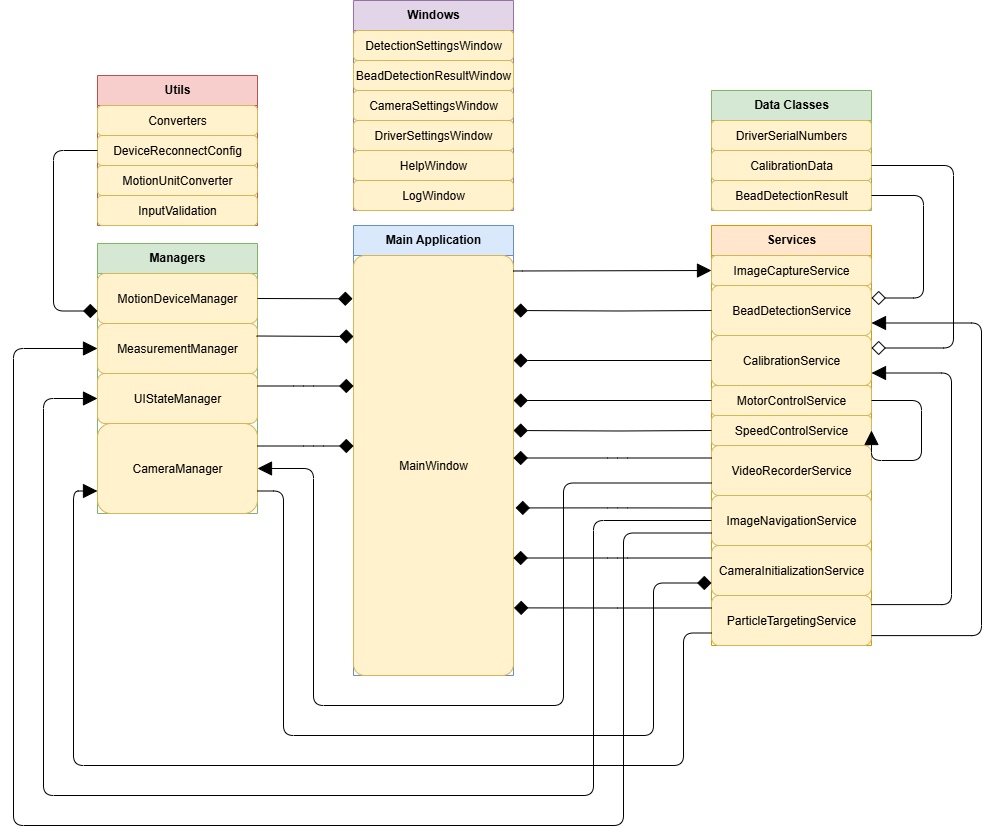
Above: assets/figures/Application_ServoVision/ServoVision_UML_Diagram.drawio.png in Samuel-Rechsteiner/tb (draw.io), before the change. Source tidied: cells renumbered, new cells last; positions are measured from the earlier drawing's top-left corner, leaving out a move shared by most shapes.
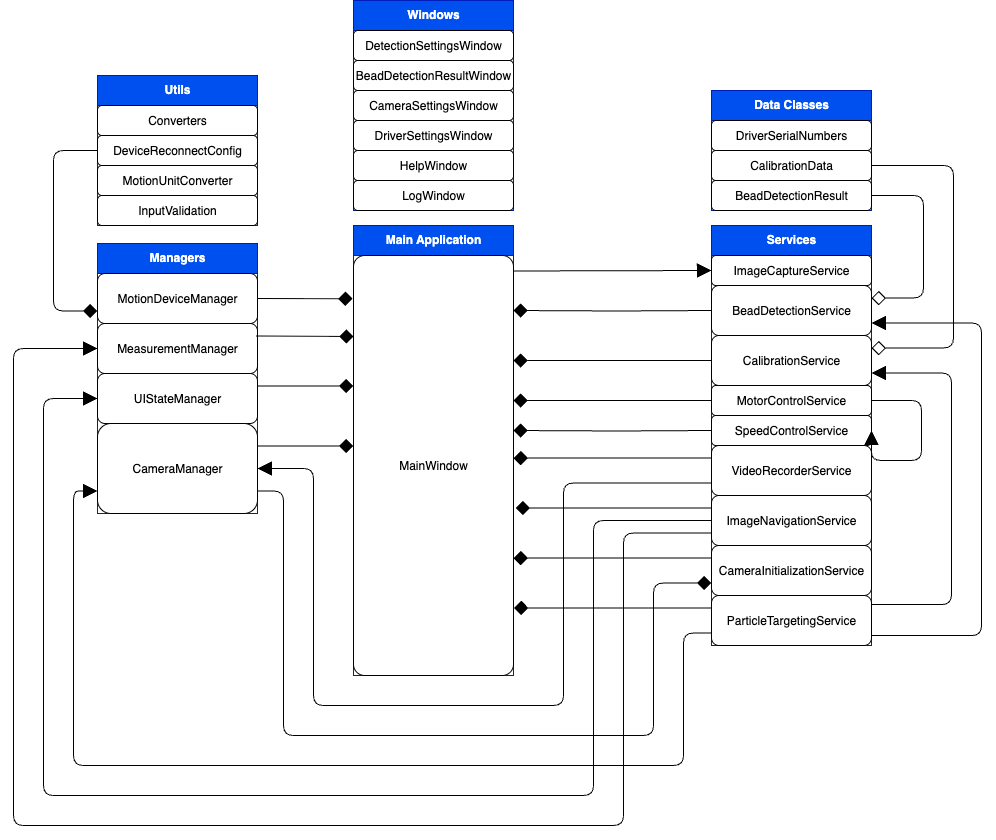
Later version of the same file.

What changed in the source:
```diff
@@ -2,103 +2,103 @@
   <root>
     <mxCell id="0" />
     <mxCell id="1" parent="0" />
-    <mxCell id="2" value="Main Application" style="swimlane;fontStyle=1;align=center;verticalAlign=top;horizontal=1;startSize=30;whiteSpace=wrap;html=1;fillColor=#dae8fc;strokeColor=#6c8ebf;arcSize=10;" parent="1" vertex="1">
+    <mxCell id="2" value="Main Application" style="swimlane;fontStyle=1;align=center;verticalAlign=top;horizontal=1;startSize=30;whiteSpace=wrap;html=1;fillColor=#0050ef;strokeColor=#001DBC;arcSize=10;fontColor=#ffffff;" parent="1" vertex="1">
       <mxGeometry x="340" y="225" width="160" height="450" as="geometry" />
     </mxCell>
-    <mxCell id="3" value="MainWindow" style="rounded=1;whiteSpace=wrap;html=1;fillColor=#fff2cc;strokeColor=#d6b656;arcSize=7;" parent="2" vertex="1">
+    <mxCell id="3" value="MainWindow" style="rounded=1;whiteSpace=wrap;html=1;arcSize=7;" parent="2" vertex="1">
       <mxGeometry y="30" width="160" height="420" as="geometry" />
     </mxCell>
-    <mxCell id="4" value="Managers" style="swimlane;fontStyle=1;align=center;verticalAlign=top;horizontal=1;startSize=30;whiteSpace=wrap;html=1;fillColor=#d5e8d4;strokeColor=#82b366;" parent="1" vertex="1">
+    <mxCell id="4" value="Managers" style="swimlane;fontStyle=1;align=center;verticalAlign=top;horizontal=1;startSize=30;whiteSpace=wrap;html=1;fillColor=#0050ef;strokeColor=#001DBC;fontColor=#ffffff;" parent="1" vertex="1">
       <mxGeometry x="84" y="243" width="160" height="270" as="geometry" />
     </mxCell>
-    <mxCell id="5" value="MotionDeviceManager" style="rounded=1;whiteSpace=wrap;html=1;fillColor=#fff2cc;strokeColor=#d6b656;" parent="4" vertex="1">
+    <mxCell id="5" value="MotionDeviceManager" style="rounded=1;whiteSpace=wrap;html=1;" parent="4" vertex="1">
       <mxGeometry y="30" width="160" height="50" as="geometry" />
     </mxCell>
-    <mxCell id="6" value="MeasurementManager" style="rounded=1;whiteSpace=wrap;html=1;fillColor=#fff2cc;strokeColor=#d6b656;" parent="4" vertex="1">
+    <mxCell id="6" value="MeasurementManager" style="rounded=1;whiteSpace=wrap;html=1;" parent="4" vertex="1">
       <mxGeometry y="80" width="160" height="50" as="geometry" />
     </mxCell>
-    <mxCell id="7" value="UIStateManager" style="rounded=1;whiteSpace=wrap;html=1;fillColor=#fff2cc;strokeColor=#d6b656;" parent="4" vertex="1">
+    <mxCell id="7" value="UIStateManager" style="rounded=1;whiteSpace=wrap;html=1;" parent="4" vertex="1">
       <mxGeometry y="130" width="160" height="50" as="geometry" />
     </mxCell>
-    <mxCell id="8" value="CameraManager" style="rounded=1;whiteSpace=wrap;html=1;fillColor=#fff2cc;strokeColor=#d6b656;" parent="4" vertex="1">
+    <mxCell id="8" value="CameraManager" style="rounded=1;whiteSpace=wrap;html=1;" parent="4" vertex="1">
       <mxGeometry y="180" width="160" height="90" as="geometry" />
     </mxCell>
-    <mxCell id="9" value="Services" style="swimlane;fontStyle=1;align=center;verticalAlign=top;horizontal=1;startSize=30;whiteSpace=wrap;html=1;fillColor=#ffe6cc;strokeColor=#d79b00;" parent="1" vertex="1">
+    <mxCell id="9" value="Services" style="swimlane;fontStyle=1;align=center;verticalAlign=top;horizontal=1;startSize=30;whiteSpace=wrap;html=1;fillColor=#0050ef;strokeColor=#001DBC;fontColor=#ffffff;" parent="1" vertex="1">
       <mxGeometry x="698" y="225" width="160" height="420" as="geometry" />
     </mxCell>
-    <mxCell id="10" value="ImageCaptureService" style="rounded=1;whiteSpace=wrap;html=1;fillColor=#fff2cc;strokeColor=#d6b656;" parent="9" vertex="1">
+    <mxCell id="10" value="ImageCaptureService" style="rounded=1;whiteSpace=wrap;html=1;" parent="9" vertex="1">
       <mxGeometry y="30" width="160" height="30" as="geometry" />
     </mxCell>
-    <mxCell id="11" value="BeadDetectionService" style="rounded=1;whiteSpace=wrap;html=1;fillColor=#fff2cc;strokeColor=#d6b656;" parent="9" vertex="1">
+    <mxCell id="11" value="BeadDetectionService" style="rounded=1;whiteSpace=wrap;html=1;" parent="9" vertex="1">
       <mxGeometry y="60" width="160" height="50" as="geometry" />
     </mxCell>
-    <mxCell id="12" value="CalibrationService" style="rounded=1;whiteSpace=wrap;html=1;fillColor=#fff2cc;strokeColor=#d6b656;" parent="9" vertex="1">
+    <mxCell id="12" value="CalibrationService" style="rounded=1;whiteSpace=wrap;html=1;" parent="9" vertex="1">
       <mxGeometry y="110" width="160" height="50" as="geometry" />
     </mxCell>
-    <mxCell id="13" value="MotorControlService" style="rounded=1;whiteSpace=wrap;html=1;fillColor=#fff2cc;strokeColor=#d6b656;" parent="9" vertex="1">
+    <mxCell id="13" value="MotorControlService" style="rounded=1;whiteSpace=wrap;html=1;" parent="9" vertex="1">
       <mxGeometry y="160" width="160" height="30" as="geometry" />
     </mxCell>
-    <mxCell id="14" value="SpeedControlService" style="rounded=1;whiteSpace=wrap;html=1;fillColor=#fff2cc;strokeColor=#d6b656;" parent="9" vertex="1">
+    <mxCell id="14" value="SpeedControlService" style="rounded=1;whiteSpace=wrap;html=1;" parent="9" vertex="1">
       <mxGeometry y="190" width="160" height="30" as="geometry" />
     </mxCell>
-    <mxCell id="15" value="VideoRecorderService" style="rounded=1;whiteSpace=wrap;html=1;fillColor=#fff2cc;strokeColor=#d6b656;" parent="9" vertex="1">
+    <mxCell id="15" value="VideoRecorderService" style="rounded=1;whiteSpace=wrap;html=1;" parent="9" vertex="1">
       <mxGeometry y="220" width="160" height="50" as="geometry" />
     </mxCell>
-    <mxCell id="16" value="ImageNavigationService" style="rounded=1;whiteSpace=wrap;html=1;fillColor=#fff2cc;strokeColor=#d6b656;" parent="9" vertex="1">
+    <mxCell id="16" value="ImageNavigationService" style="rounded=1;whiteSpace=wrap;html=1;" parent="9" vertex="1">
       <mxGeometry y="270" width="160" height="50" as="geometry" />
     </mxCell>
-    <mxCell id="17" value="CameraInitializationService" style="rounded=1;whiteSpace=wrap;html=1;fillColor=#fff2cc;strokeColor=#d6b656;" parent="9" vertex="1">
+    <mxCell id="17" value="CameraInitializationService" style="rounded=1;whiteSpace=wrap;html=1;" parent="9" vertex="1">
       <mxGeometry y="320" width="160" height="50" as="geometry" />
     </mxCell>
-    <mxCell id="18" value="ParticleTargetingService" style="rounded=1;whiteSpace=wrap;html=1;fillColor=#fff2cc;strokeColor=#d6b656;" parent="9" vertex="1">
+    <mxCell id="18" value="ParticleTargetingService" style="rounded=1;whiteSpace=wrap;html=1;" parent="9" vertex="1">
       <mxGeometry y="370" width="160" height="50" as="geometry" />
     </mxCell>
-    <mxCell id="19" value="Windows" style="swimlane;fontStyle=1;align=center;verticalAlign=top;horizontal=1;startSize=30;whiteSpace=wrap;html=1;fillColor=#e1d5e7;strokeColor=#9673a6;" parent="1" vertex="1">
+    <mxCell id="19" value="Windows" style="swimlane;fontStyle=1;align=center;verticalAlign=top;horizontal=1;startSize=30;whiteSpace=wrap;html=1;fillColor=#0050ef;strokeColor=#001DBC;fontColor=#ffffff;" parent="1" vertex="1">
       <mxGeometry x="340" width="160" height="210" as="geometry" />
     </mxCell>
-    <mxCell id="20" value="DetectionSettingsWindow" style="rounded=1;whiteSpace=wrap;html=1;fillColor=#fff2cc;strokeColor=#d6b656;" parent="19" vertex="1">
+    <mxCell id="20" value="DetectionSettingsWindow" style="rounded=1;whiteSpace=wrap;html=1;" parent="19" vertex="1">
       <mxGeometry y="30" width="160" height="30" as="geometry" />
     </mxCell>
-    <mxCell id="21" value="BeadDetectionResultWindow" style="rounded=1;whiteSpace=wrap;html=1;fillColor=#fff2cc;strokeColor=#d6b656;" parent="19" vertex="1">
+    <mxCell id="21" value="BeadDetectionResultWindow" style="rounded=1;whiteSpace=wrap;html=1;" parent="19" vertex="1">
       <mxGeometry y="60" width="160" height="30" as="geometry" />
     </mxCell>
-    <mxCell id="22" value="CameraSettingsWindow" style="rounded=1;whiteSpace=wrap;html=1;fillColor=#fff2cc;strokeColor=#d6b656;" parent="19" vertex="1">
+    <mxCell id="22" value="CameraSettingsWindow" style="rounded=1;whiteSpace=wrap;html=1;" parent="19" vertex="1">
       <mxGeometry y="90" width="160" height="30" as="geometry" />
     </mxCell>
-    <mxCell id="23" value="DriverSettingsWindow" style="rounded=1;whiteSpace=wrap;html=1;fillColor=#fff2cc;strokeColor=#d6b656;" parent="19" vertex="1">
+    <mxCell id="23" value="DriverSettingsWindow" style="rounded=1;whiteSpace=wrap;html=1;" parent="19" vertex="1">
       <mxGeometry y="120" width="160" height="30" as="geometry" />
     </mxCell>
-    <mxCell id="24" value="HelpWindow" style="rounded=1;whiteSpace=wrap;html=1;fillColor=#fff2cc;strokeColor=#d6b656;" parent="19" vertex="1">
+    <mxCell id="24" value="HelpWindow" style="rounded=1;whiteSpace=wrap;html=1;" parent="19" vertex="1">
       <mxGeometry y="150" width="160" height="30" as="geometry" />
     </mxCell>
-    <mxCell id="25" value="LogWindow" style="rounded=1;whiteSpace=wrap;html=1;fillColor=#fff2cc;strokeColor=#d6b656;" parent="19" vertex="1">
+    <mxCell id="25" value="LogWindow" style="rounded=1;whiteSpace=wrap;html=1;" parent="19" vertex="1">
       <mxGeometry y="180" width="160" height="30" as="geometry" />
     </mxCell>
-    <mxCell id="26" value="Utils" style="swimlane;fontStyle=1;align=center;verticalAlign=top;horizontal=1;startSize=30;whiteSpace=wrap;html=1;fillColor=#f8cecc;strokeColor=#b85450;" parent="1" vertex="1">
+    <mxCell id="26" value="Utils" style="swimlane;fontStyle=1;align=center;verticalAlign=top;horizontal=1;startSize=30;whiteSpace=wrap;html=1;fillColor=#0050ef;strokeColor=#001DBC;fontColor=#ffffff;" parent="1" vertex="1">
       <mxGeometry x="84" y="75" width="160" height="150" as="geometry" />
     </mxCell>
-    <mxCell id="27" value="Converters" style="rounded=1;whiteSpace=wrap;html=1;fillColor=#fff2cc;strokeColor=#d6b656;" parent="26" vertex="1">
+    <mxCell id="27" value="Converters" style="rounded=1;whiteSpace=wrap;html=1;" parent="26" vertex="1">
       <mxGeometry y="30" width="160" height="30" as="geometry" />
     </mxCell>
-    <mxCell id="28" value="DeviceReconnectConfig" style="rounded=1;whiteSpace=wrap;html=1;fillColor=#fff2cc;strokeColor=#d6b656;" parent="26" vertex="1">
+    <mxCell id="28" value="DeviceReconnectConfig" style="rounded=1;whiteSpace=wrap;html=1;" parent="26" vertex="1">
       <mxGeometry y="60" width="160" height="30" as="geometry" />
     </mxCell>
-    <mxCell id="29" value="MotionUnitConverter" style="rounded=1;whiteSpace=wrap;html=1;fillColor=#fff2cc;strokeColor=#d6b656;" parent="26" vertex="1">
+    <mxCell id="29" value="MotionUnitConverter" style="rounded=1;whiteSpace=wrap;html=1;" parent="26" vertex="1">
       <mxGeometry y="90" width="160" height="30" as="geometry" />
     </mxCell>
-    <mxCell id="30" value="InputValidation" style="rounded=1;whiteSpace=wrap;html=1;fillColor=#fff2cc;strokeColor=#d6b656;" parent="26" vertex="1">
+    <mxCell id="30" value="InputValidation" style="rounded=1;whiteSpace=wrap;html=1;" parent="26" vertex="1">
       <mxGeometry y="120" width="160" height="30" as="geometry" />
     </mxCell>
-    <mxCell id="31" value="Data Classes" style="swimlane;fontStyle=1;align=center;verticalAlign=top;horizontal=1;startSize=30;whiteSpace=wrap;html=1;fillColor=#d5e8d4;strokeColor=#82b366;" parent="1" vertex="1">
+    <mxCell id="31" value="Data Classes" style="swimlane;fontStyle=1;align=center;verticalAlign=top;horizontal=1;startSize=30;whiteSpace=wrap;html=1;fillColor=#0050ef;strokeColor=#001DBC;fontColor=#ffffff;" parent="1" vertex="1">
       <mxGeometry x="698" y="90" width="160" height="120" as="geometry" />
     </mxCell>
-    <mxCell id="32" value="DriverSerialNumbers" style="rounded=1;whiteSpace=wrap;html=1;fillColor=#fff2cc;strokeColor=#d6b656;" parent="31" vertex="1">
+    <mxCell id="32" value="DriverSerialNumbers" style="rounded=1;whiteSpace=wrap;html=1;" parent="31" vertex="1">
       <mxGeometry y="30" width="160" height="30" as="geometry" />
     </mxCell>
-    <mxCell id="33" value="CalibrationData" style="rounded=1;whiteSpace=wrap;html=1;fillColor=#fff2cc;strokeColor=#d6b656;" parent="31" vertex="1">
+    <mxCell id="33" value="CalibrationData" style="rounded=1;whiteSpace=wrap;html=1;" parent="31" vertex="1">
       <mxGeometry y="60" width="160" height="30" as="geometry" />
     </mxCell>
-    <mxCell id="34" value="BeadDetectionResult" style="rounded=1;whiteSpace=wrap;html=1;fillColor=#fff2cc;strokeColor=#d6b656;" parent="31" vertex="1">
+    <mxCell id="34" value="BeadDetectionResult" style="rounded=1;whiteSpace=wrap;html=1;" parent="31" vertex="1">
       <mxGeometry y="90" width="160" height="30" as="geometry" />
     </mxCell>
     <mxCell id="35" style="edgeStyle=orthogonalEdgeStyle;rounded=1;jettySize=auto;html=1;entryX=1;entryY=0.25;entryDx=0;entryDy=0;endArrow=none;endFill=0;endSize=12;startArrow=diamond;startFill=1;startSize=12;" parent="1" edge="1" source="3" target="8">
```
